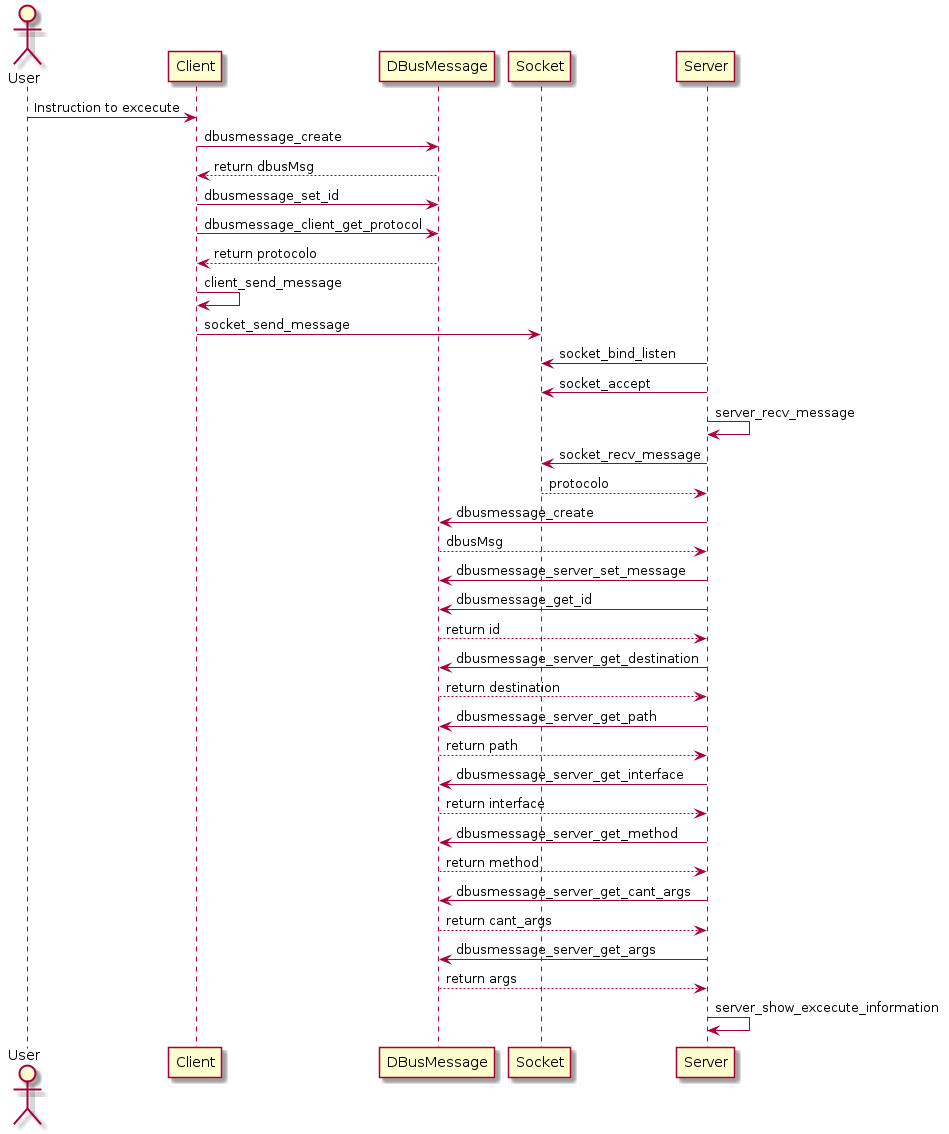
The PlantUML diagram img/diagrama_secuencia_cliente_servidor.png in netaneldj/7542-Taller-TP1, before a commit. Source of this version:
```plantuml
@startuml
actor User
User -> Client: Instruction to excecute

Client -> DBusMessage: dbusmessage_create
Client <-- DBusMessage: return dbusMsg
Client -> DBusMessage: dbusmessage_set_id
Client -> DBusMessage: dbusmessage_client_get_protocol
Client <-- DBusMessage: return protocolo
Client -> Client: client_send_message
Client -> Socket: socket_send_message

Server -> Socket: socket_bind_listen
Server -> Socket: socket_accept
Server -> Server: server_recv_message
Server -> Socket: socket_recv_message
Server <-- Socket: protocolo
Server -> DBusMessage: dbusmessage_create
Server <-- DBusMessage: dbusMsg
Server -> DBusMessage: dbusmessage_server_set_message
Server -> DBusMessage: dbusmessage_get_id
Server <-- DBusMessage: return id
Server -> DBusMessage: dbusmessage_server_get_destination
Server <-- DBusMessage: return destination
Server -> DBusMessage: dbusmessage_server_get_path
Server <-- DBusMessage: return path
Server -> DBusMessage: dbusmessage_server_get_interface
Server <-- DBusMessage: return interface
Server -> DBusMessage: dbusmessage_server_get_method
Server <-- DBusMessage: return method
Server -> DBusMessage: dbusmessage_server_get_cant_args
Server <-- DBusMessage: return cant_args
Server -> DBusMessage: dbusmessage_server_get_args
Server <-- DBusMessage: return args
Server -> Server: server_show_excecute_information
@enduml
```
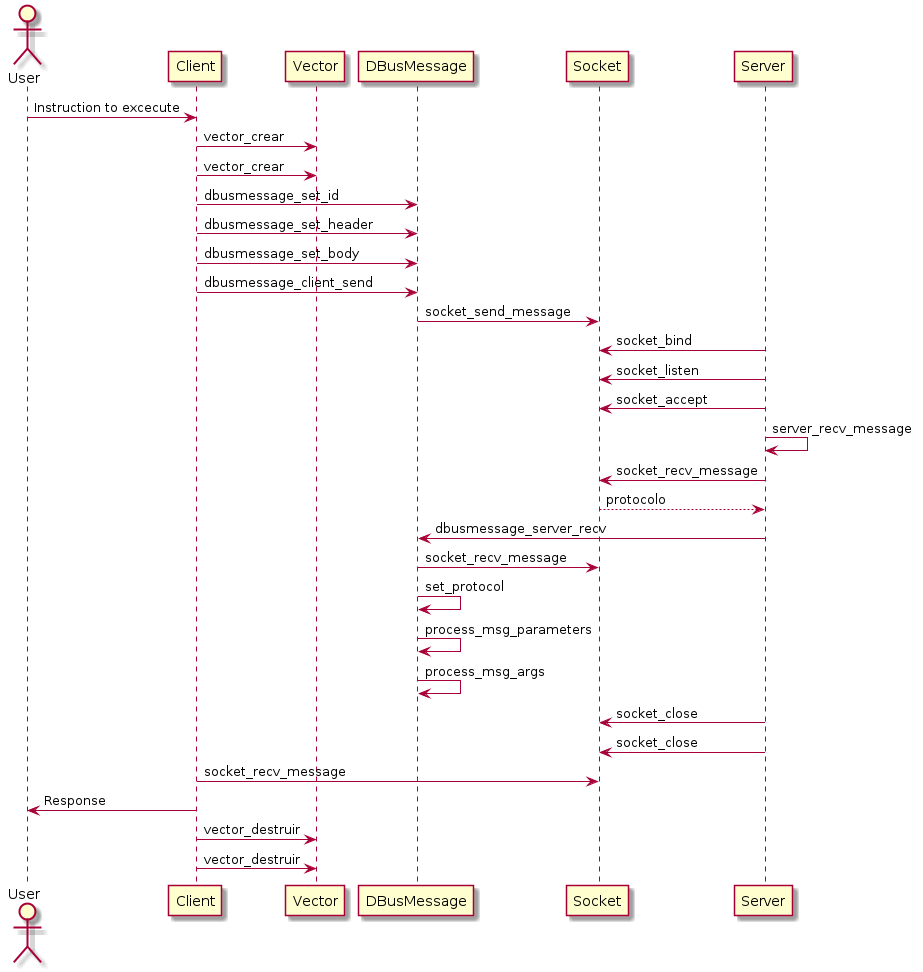
Above is the later version.

Commit message:
Actualizo diagrama

Change to the diagram source:
```diff
@@ -2,35 +2,30 @@
 actor User
 User -> Client: Instruction to excecute
 
-Client -> DBusMessage: dbusmessage_create
-Client <-- DBusMessage: return dbusMsg
+Client -> Vector: vector_crear
+Client -> Vector: vector_crear
 Client -> DBusMessage: dbusmessage_set_id
-Client -> DBusMessage: dbusmessage_client_get_protocol
-Client <-- DBusMessage: return protocolo
-Client -> Client: client_send_message
-Client -> Socket: socket_send_message
+Client -> DBusMessage: dbusmessage_set_header
+Client -> DBusMessage: dbusmessage_set_body
+Client -> DBusMessage: dbusmessage_client_send
+DBusMessage -> Socket: socket_send_message
 
-Server -> Socket: socket_bind_listen
+Server -> Socket: socket_bind
+Server -> Socket: socket_listen
 Server -> Socket: socket_accept
 Server -> Server: server_recv_message
 Server -> Socket: socket_recv_message
 Server <-- Socket: protocolo
-Server -> DBusMessage: dbusmessage_create
-Server <-- DBusMessage: dbusMsg
-Server -> DBusMessage: dbusmessage_server_set_message
-Server -> DBusMessage: dbusmessage_get_id
-Server <-- DBusMessage: return id
-Server -> DBusMessage: dbusmessage_server_get_destination
-Server <-- DBusMessage: return destination
-Server -> DBusMessage: dbusmessage_server_get_path
-Server <-- DBusMessage: return path
-Server -> DBusMessage: dbusmessage_server_get_interface
-Server <-- DBusMessage: return interface
-Server -> DBusMessage: dbusmessage_server_get_method
-Server <-- DBusMessage: return method
-Server -> DBusMessage: dbusmessage_server_get_cant_args
-Server <-- DBusMessage: return cant_args
-Server -> DBusMessage: dbusmessage_server_get_args
-Server <-- DBusMessage: return args
-Server -> Server: server_show_excecute_information
+Server -> DBusMessage: dbusmessage_server_recv
+DBusMessage -> Socket: socket_recv_message
+DBusMessage -> DBusMessage: set_protocol
+DBusMessage -> DBusMessage: process_msg_parameters
+DBusMessage -> DBusMessage: process_msg_args
+Server -> Socket: socket_close
+Server -> Socket: socket_close
+
+Client -> Socket: socket_recv_message
+Client -> User: Response
+Client -> Vector: vector_destruir
+Client -> Vector: vector_destruir
 @enduml
```
